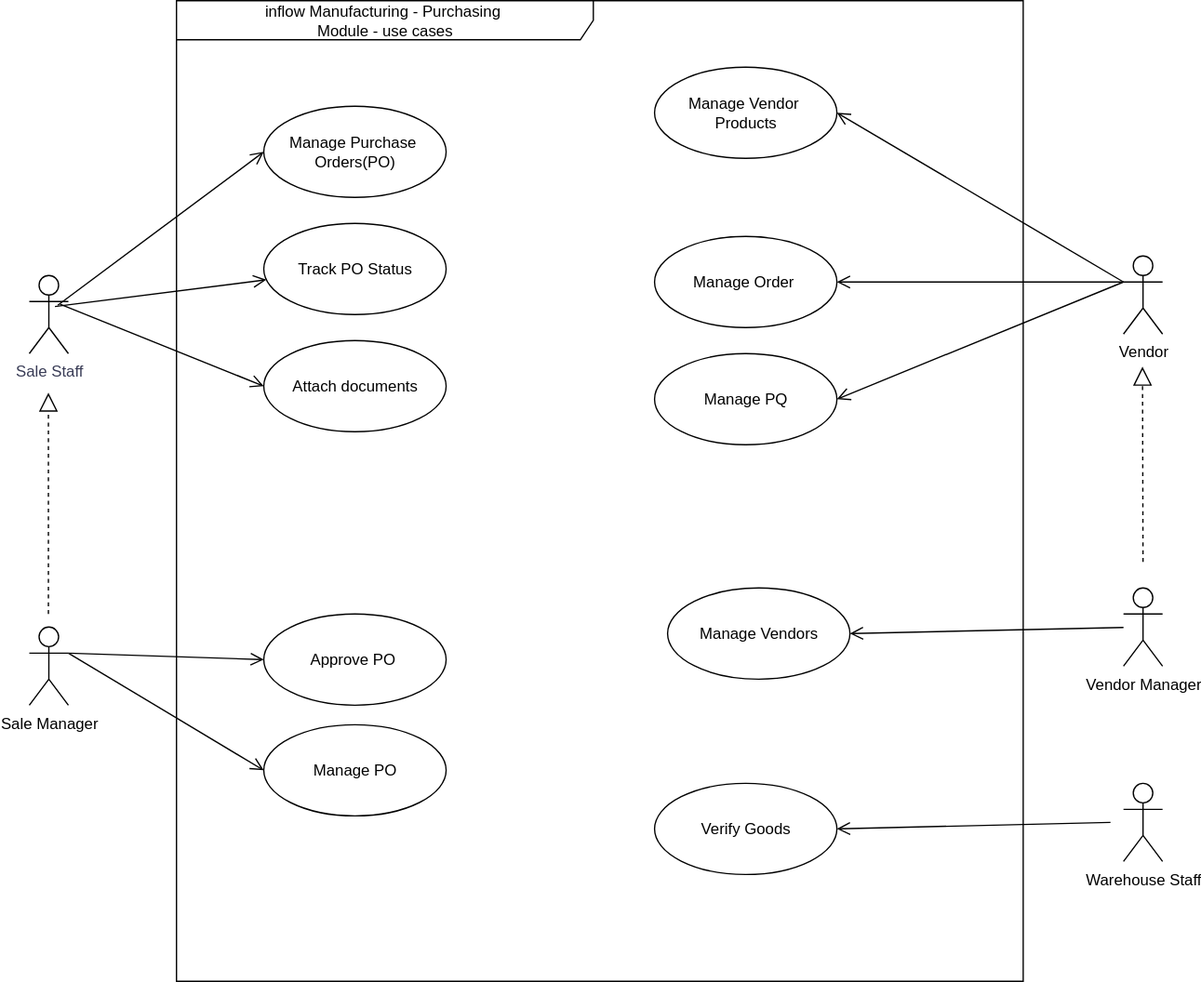
khoado-dev/YPP4-KhoaDo keeps this draw.io diagram as Document/inflowManufacturing/inFlowManufacturing_PurchasingModule.drawio.svg. Above is the earlier version. Source tidied: cells renumbered, new cells last; positions are measured from the earlier drawing's top-left corner, leaving out a move shared by most shapes.
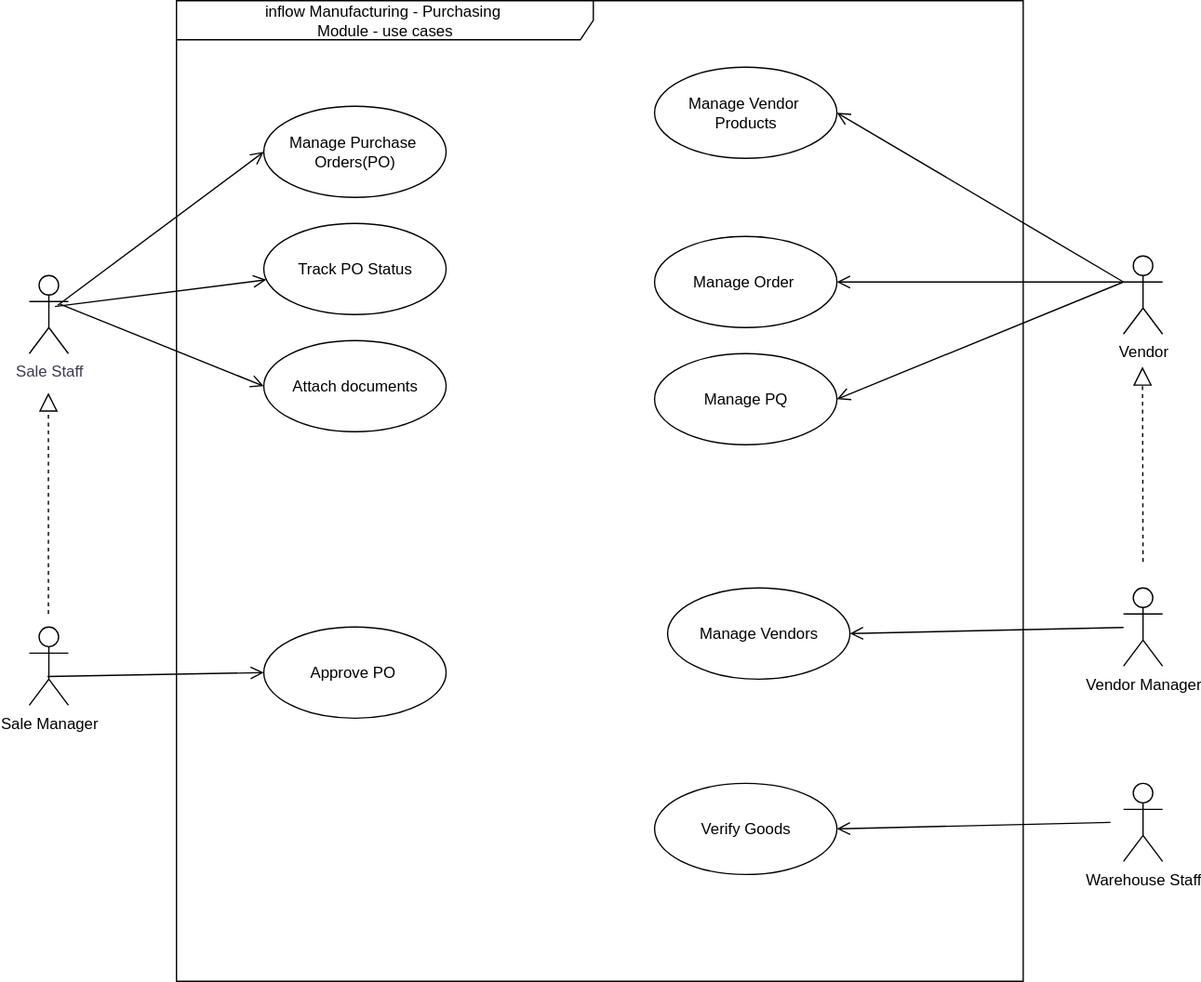
The same diagram one commit later.

Change to the diagram source:
```diff
@@ -15,7 +15,7 @@
       <mxGeometry x="180" y="171" width="140" height="70" as="geometry" />
     </mxCell>
     <mxCell id="6" value="&lt;div&gt;Approve PO&amp;nbsp;&lt;/div&gt;" style="ellipse;whiteSpace=wrap;html=1;" parent="1" vertex="1">
-      <mxGeometry x="180" y="471" width="140" height="70" as="geometry" />
+      <mxGeometry x="180" y="481" width="140" height="70" as="geometry" />
     </mxCell>
     <mxCell id="7" value="Attach documents" style="ellipse;whiteSpace=wrap;html=1;" parent="1" vertex="1">
       <mxGeometry x="180" y="261" width="140" height="70" as="geometry" />
@@ -32,9 +32,6 @@
     <mxCell id="11" value="Manage Order&amp;nbsp;" style="ellipse;whiteSpace=wrap;html=1;" parent="1" vertex="1">
       <mxGeometry x="480" y="181" width="140" height="70" as="geometry" />
     </mxCell>
-    <mxCell id="12" value="&lt;div&gt;Manage PO&lt;/div&gt;" style="ellipse;whiteSpace=wrap;html=1;" parent="1" vertex="1">
-      <mxGeometry x="180" y="556" width="140" height="70" as="geometry" />
-    </mxCell>
     <mxCell id="13" value="&lt;div&gt;Manage PQ&lt;/div&gt;" style="ellipse;whiteSpace=wrap;html=1;" parent="1" vertex="1">
       <mxGeometry x="480" y="271" width="140" height="70" as="geometry" />
     </mxCell>
@@ -53,15 +50,12 @@
     <mxCell id="17" style="endArrow=open;startArrow=none;endFill=0;startFill=0;endSize=8;startSize=10;html=1;rounded=0;fontColor=#393C56;strokeWidth=1;exitX=0.728;exitY=0.38;exitDx=0;exitDy=0;exitPerimeter=0;entryX=0;entryY=0.5;entryDx=0;entryDy=0;" parent="1" edge="1" source="15" target="4">
       <mxGeometry relative="1" as="geometry" />
     </mxCell>
-    <mxCell id="18" style="endArrow=open;startArrow=none;endFill=0;startFill=0;endSize=8;startSize=10;html=1;rounded=0;fontColor=#393C56;strokeWidth=1;exitX=1;exitY=0.3333333333333333;exitDx=0;exitDy=0;exitPerimeter=0;entryX=0;entryY=0.5;entryDx=0;entryDy=0;" parent="1" edge="1" source="3" target="6">
+    <mxCell id="18" style="endArrow=open;startArrow=none;endFill=0;startFill=0;endSize=8;startSize=10;html=1;rounded=0;fontColor=#393C56;strokeWidth=1;exitX=0.467;exitY=0.633;exitDx=0;exitDy=0;exitPerimeter=0;entryX=0;entryY=0.5;entryDx=0;entryDy=0;" parent="1" edge="1" source="3" target="6">
       <mxGeometry relative="1" as="geometry" />
     </mxCell>
     <mxCell id="19" style="endArrow=open;startArrow=none;endFill=0;startFill=0;endSize=8;startSize=10;html=1;rounded=0;fontColor=#393C56;strokeWidth=1;entryX=0;entryY=0.5;entryDx=0;entryDy=0;exitX=0.789;exitY=0.367;exitDx=0;exitDy=0;exitPerimeter=0;" parent="1" edge="1" source="15" target="7">
       <mxGeometry relative="1" as="geometry" />
     </mxCell>
-    <mxCell id="20" style="endArrow=open;startArrow=none;endFill=0;startFill=0;endSize=8;startSize=10;html=1;rounded=0;fontColor=#393C56;strokeWidth=1;exitX=1;exitY=0.3333333333333333;exitDx=0;exitDy=0;exitPerimeter=0;entryX=0;entryY=0.5;entryDx=0;entryDy=0;" parent="1" edge="1" source="3" target="12">
-      <mxGeometry relative="1" as="geometry" />
-    </mxCell>
     <mxCell id="21" style="endArrow=open;startArrow=none;endFill=0;startFill=0;endSize=8;startSize=10;html=1;rounded=0;fontColor=#393C56;strokeWidth=1;entryX=1;entryY=0.5;entryDx=0;entryDy=0;" parent="1" edge="1" source="25" target="9">
       <mxGeometry relative="1" as="geometry" />
     </mxCell>
```
